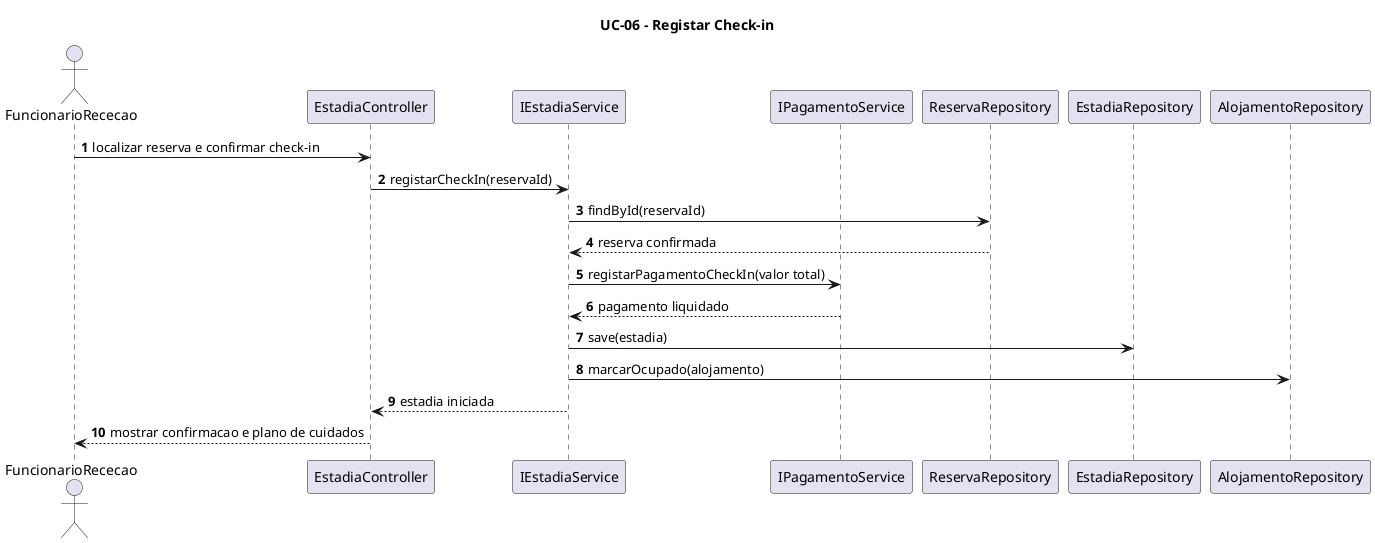
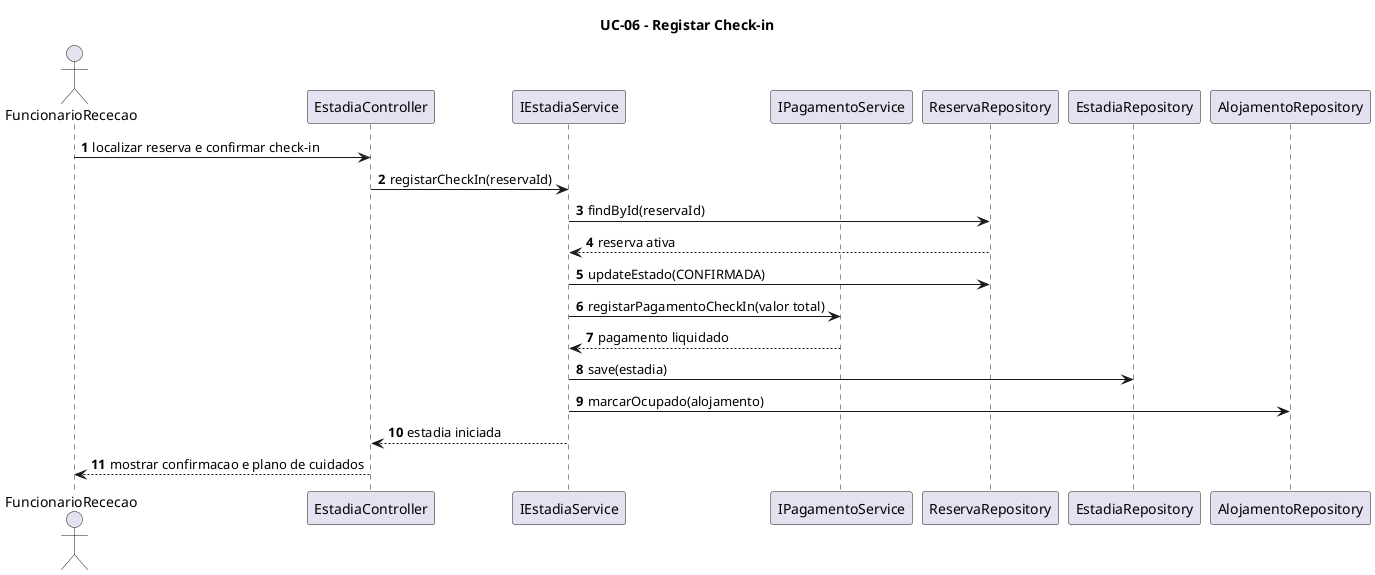
@startuml UC-06
title UC-06 - Registar Check-in

autonumber
actor FuncionarioRececao
participant EstadiaController
participant IEstadiaService
participant IPagamentoService
participant ReservaRepository
participant EstadiaRepository
participant AlojamentoRepository

FuncionarioRececao -> EstadiaController : localizar reserva e confirmar check-in
EstadiaController -> IEstadiaService : registarCheckIn(reservaId)
IEstadiaService -> ReservaRepository : findById(reservaId)
- ReservaRepository --> IEstadiaService : reserva confirmada
+ ReservaRepository --> IEstadiaService : reserva ativa
+ IEstadiaService -> ReservaRepository : updateEstado(CONFIRMADA)
IEstadiaService -> IPagamentoService : registarPagamentoCheckIn(valor total)
IPagamentoService --> IEstadiaService : pagamento liquidado
IEstadiaService -> EstadiaRepository : save(estadia)
IEstadiaService -> AlojamentoRepository : marcarOcupado(alojamento)
IEstadiaService --> EstadiaController : estadia iniciada
EstadiaController --> FuncionarioRececao : mostrar confirmacao e plano de cuidados

@enduml
